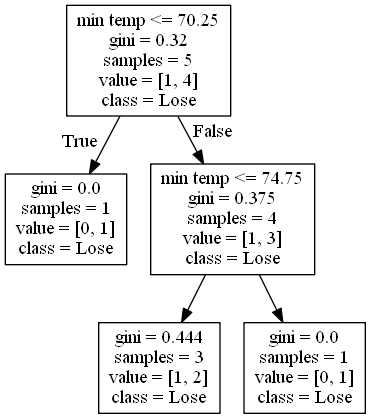
alexana-steck/CSE482Project keeps this Graphviz diagram as DecisionTrees/Pac-12decision_tree_no_score_or_attendance11.png. Above is the earlier version. Its source is kept beside it as DecisionTrees/Pac-12decision_tree_no_score_or_attendance11.dot.
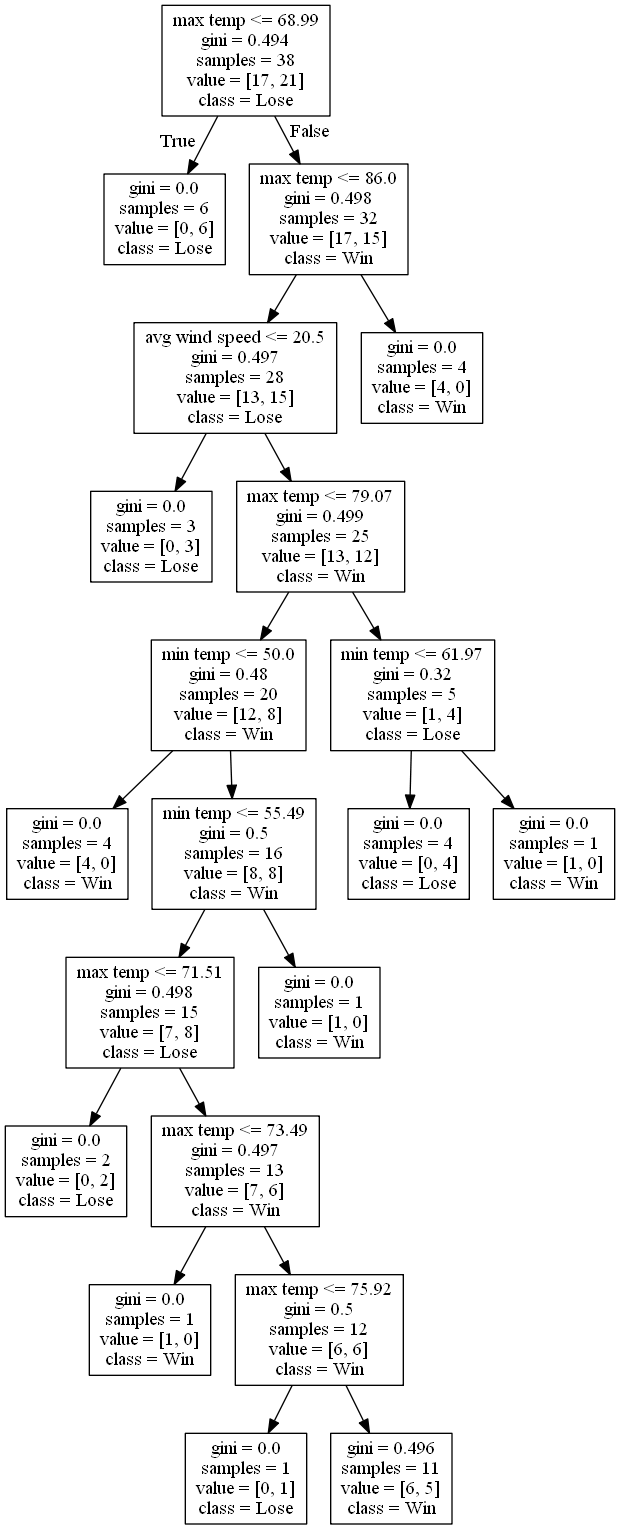
The same file after the commit.

The edit, as a diff of the source:
```diff
@@ -1,12 +1,44 @@
 digraph Tree {
 node [shape=box] ;
-0 [label="min temp <= 70.25\ngini = 0.32\nsamples = 5\nvalue = [1, 4]\nclass = Lose"] ;
-1 [label="gini = 0.0\nsamples = 1\nvalue = [0, 1]\nclass = Lose"] ;
+0 [label="max temp <= 68.99\ngini = 0.494\nsamples = 38\nvalue = [17, 21]\nclass = Lose"] ;
+1 [label="gini = 0.0\nsamples = 6\nvalue = [0, 6]\nclass = Lose"] ;
 0 -> 1 [labeldistance=2.5, labelangle=45, headlabel="True"] ;
-2 [label="min temp <= 74.75\ngini = 0.375\nsamples = 4\nvalue = [1, 3]\nclass = Lose"] ;
+2 [label="max temp <= 86.0\ngini = 0.498\nsamples = 32\nvalue = [17, 15]\nclass = Win"] ;
 0 -> 2 [labeldistance=2.5, labelangle=-45, headlabel="False"] ;
-3 [label="gini = 0.444\nsamples = 3\nvalue = [1, 2]\nclass = Lose"] ;
+3 [label="avg wind speed <= 20.5\ngini = 0.497\nsamples = 28\nvalue = [13, 15]\nclass = Lose"] ;
 2 -> 3 ;
-4 [label="gini = 0.0\nsamples = 1\nvalue = [0, 1]\nclass = Lose"] ;
-2 -> 4 ;
+4 [label="gini = 0.0\nsamples = 3\nvalue = [0, 3]\nclass = Lose"] ;
+3 -> 4 ;
+5 [label="max temp <= 79.07\ngini = 0.499\nsamples = 25\nvalue = [13, 12]\nclass = Win"] ;
+3 -> 5 ;
+6 [label="min temp <= 50.0\ngini = 0.48\nsamples = 20\nvalue = [12, 8]\nclass = Win"] ;
+5 -> 6 ;
+7 [label="gini = 0.0\nsamples = 4\nvalue = [4, 0]\nclass = Win"] ;
+6 -> 7 ;
+8 [label="min temp <= 55.49\ngini = 0.5\nsamples = 16\nvalue = [8, 8]\nclass = Win"] ;
+6 -> 8 ;
+9 [label="max temp <= 71.51\ngini = 0.498\nsamples = 15\nvalue = [7, 8]\nclass = Lose"] ;
+8 -> 9 ;
+10 [label="gini = 0.0\nsamples = 2\nvalue = [0, 2]\nclass = Lose"] ;
+9 -> 10 ;
+11 [label="max temp <= 73.49\ngini = 0.497\nsamples = 13\nvalue = [7, 6]\nclass = Win"] ;
+9 -> 11 ;
+12 [label="gini = 0.0\nsamples = 1\nvalue = [1, 0]\nclass = Win"] ;
+11 -> 12 ;
+13 [label="max temp <= 75.92\ngini = 0.5\nsamples = 12\nvalue = [6, 6]\nclass = Win"] ;
+11 -> 13 ;
+14 [label="gini = 0.0\nsamples = 1\nvalue = [0, 1]\nclass = Lose"] ;
+13 -> 14 ;
+15 [label="gini = 0.496\nsamples = 11\nvalue = [6, 5]\nclass = Win"] ;
+13 -> 15 ;
+16 [label="gini = 0.0\nsamples = 1\nvalue = [1, 0]\nclass = Win"] ;
+8 -> 16 ;
+17 [label="min temp <= 61.97\ngini = 0.32\nsamples = 5\nvalue = [1, 4]\nclass = Lose"] ;
+5 -> 17 ;
+18 [label="gini = 0.0\nsamples = 4\nvalue = [0, 4]\nclass = Lose"] ;
+17 -> 18 ;
+19 [label="gini = 0.0\nsamples = 1\nvalue = [1, 0]\nclass = Win"] ;
+17 -> 19 ;
+20 [label="gini = 0.0\nsamples = 4\nvalue = [4, 0]\nclass = Win"] ;
+2 -> 20 ;
 }
```
